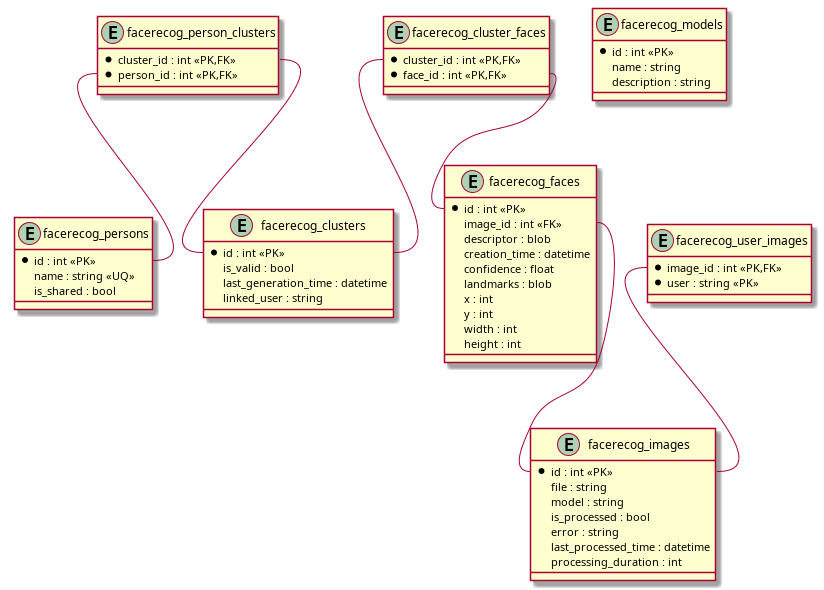
Before: ERD-schema.png, a diagram exported from PlantUML (mate1213/facerecognition). Its source is kept beside it as ERD-schema.puml.
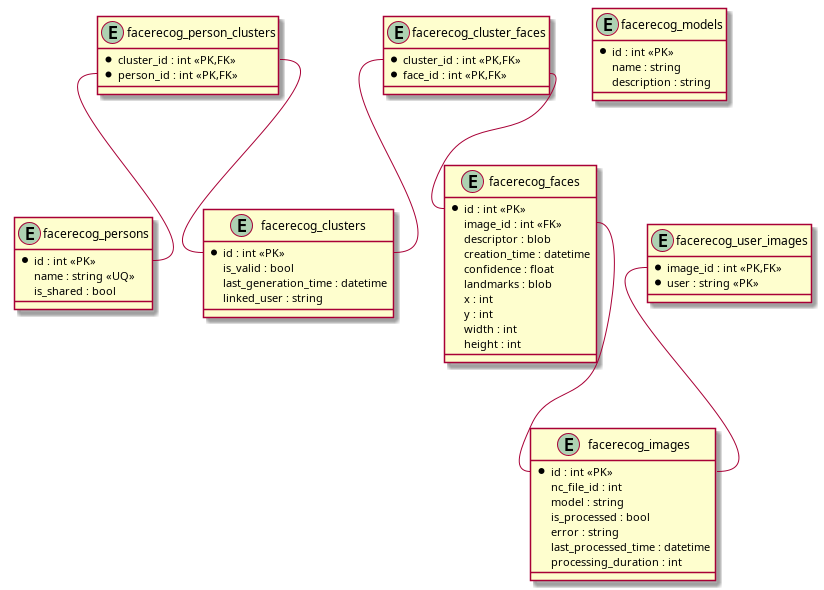
After the commit.

What changed in the source:
```diff
@@ -7,77 +7,61 @@
   linked_user : string
 }
 
+entity facerecog_persons {
+  *id : int <<PK>>
+  name : string <<UQ>>
+  is_shared : bool
+}
+
+entity facerecog_person_clusters {
+  *cluster_id : int <<PK,FK>>
+  *person_id : int <<PK,FK>>
+}
+
 entity facerecog_images {
   *id : int <<PK>>
-  file : string
+  nc_file_id : int
   model : string
   is_processed : bool
   error : string
   last_processed_time : datetime
-  @startuml
+  processing_duration : int
+}
 
-  entity facerecog_clusters {
-    *id : int <<PK>>
-    is_valid : bool
-    last_generation_time : datetime
-    linked_user : string
-  }
+entity facerecog_user_images {
+  *image_id : int <<PK,FK>>
+  *user : string <<PK>>
+}
 
-  entity facerecog_persons {
-    *id : int <<PK>>
-    name : string <<UQ>>
-    is_shared : bool
-  }
+entity facerecog_faces {
+  *id : int <<PK>>
+  image_id : int <<FK>>
+  descriptor : blob
+  creation_time : datetime
+  confidence : float
+  landmarks : blob
+  x : int
+  y : int
+  width : int
+  height : int
+}
 
-  entity facerecog_person_clusters {
-    *cluster_id : int <<PK,FK>>
-    *person_id : int <<PK,FK>>
-  }
+entity facerecog_cluster_faces {
+  *cluster_id : int <<PK,FK>>
+  *face_id : int <<PK,FK>>
+}
 
-  entity facerecog_images {
-    *id : int <<PK>>
-    file : string
-    model : string
-    is_processed : bool
-    error : string
-    last_processed_time : datetime
-    processing_duration : int
-  }
+entity facerecog_models {
+  *id : int <<PK>>
+  name : string
+  description : string
+}
 
-  entity facerecog_user_images {
-    *image_id : int <<PK,FK>>
-    *user : string <<PK>>
-  }
+facerecog_person_clusters::cluster_id -- facerecog_clusters::id
+facerecog_person_clusters::person_id -- facerecog_persons::id
+facerecog_user_images::image_id -- facerecog_images::id
+facerecog_faces::image_id -- facerecog_images::id
+facerecog_cluster_faces::cluster_id -- facerecog_clusters::id
+facerecog_cluster_faces::face_id -- facerecog_faces::id
 
-  entity facerecog_faces {
-    *id : int <<PK>>
-    image_id : int <<FK>>
-    descriptor : blob
-    creation_time : datetime
-    confidence : float
-    landmarks : blob
-    x : int
-    y : int
-    width : int
-    height : int
-  }
-
-  entity facerecog_cluster_faces {
-    *cluster_id : int <<PK,FK>>
-    *face_id : int <<PK,FK>>
-  }
-
-  entity facerecog_models {
-    *id : int <<PK>>
-    name : string
-    description : string
-  }
-
-  facerecog_person_clusters::cluster_id -- facerecog_clusters::id
-  facerecog_person_clusters::person_id -- facerecog_persons::id
-  facerecog_user_images::image_id -- facerecog_images::id
-  facerecog_faces::image_id -- facerecog_images::id
-  facerecog_cluster_faces::cluster_id -- facerecog_clusters::id
-  facerecog_cluster_faces::face_id -- facerecog_faces::id
-
-  @enduml
+@enduml
```
